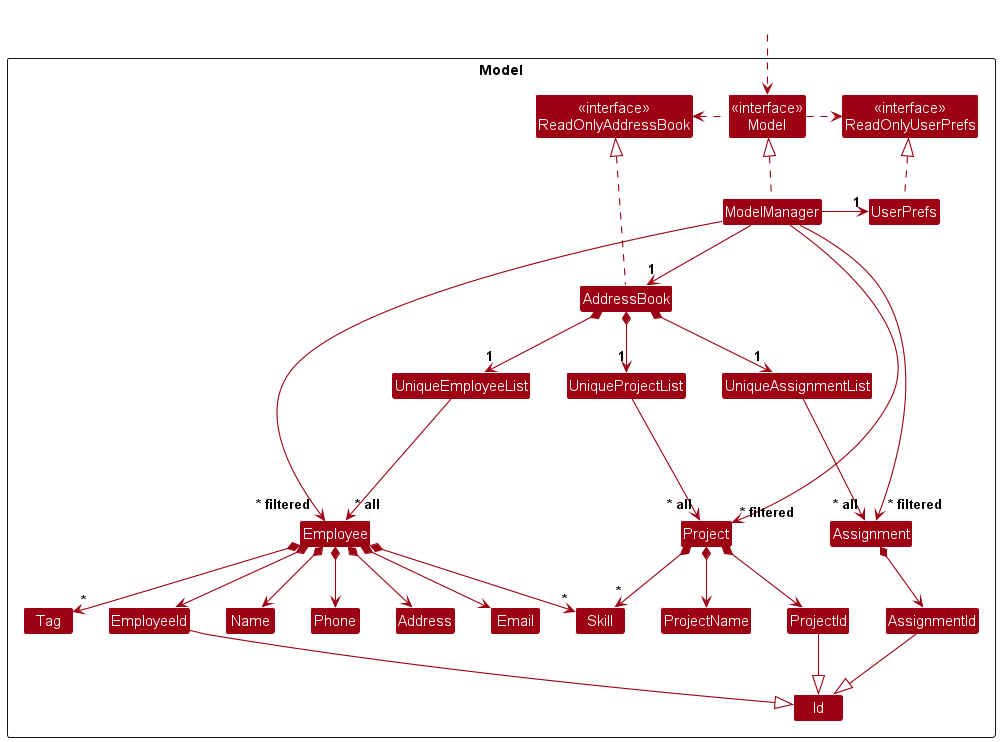
Before: docs/images/ModelClassDiagram.png, a diagram exported from PlantUML (nus-cs2103-AY2425S1/tp).
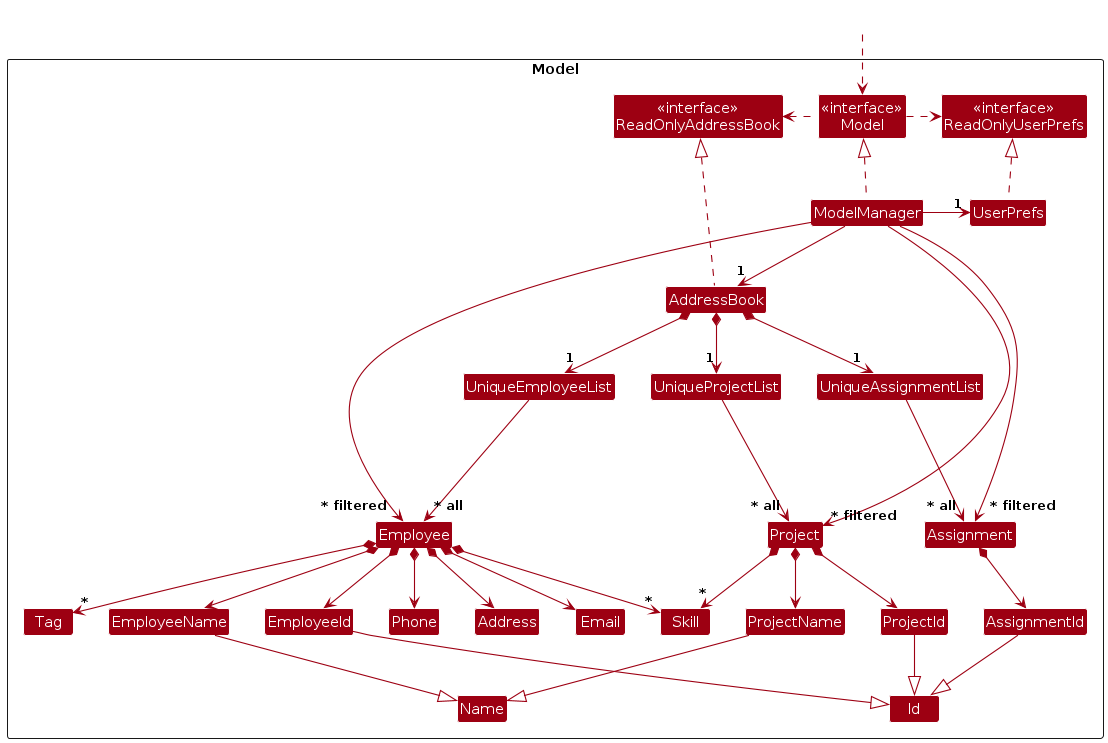
The same diagram one commit later.

Commit message:
Update UML diagrams

Change to the diagram source:
```diff
@@ -17,7 +17,7 @@
 Class Address
 Class Email
 Class EmployeeId
-Class Name
+Class EmployeeName
 Class Phone
 Class Skill
 Class Tag
@@ -28,8 +28,8 @@
 Class UniqueAssignmentList
 Class Assignment
 Class AssignmentId
-
 Class Id
+Class Name
 Class I #FFFFFF
 }
 
@@ -52,7 +52,7 @@
 
 UniqueEmployeeList --> "~* all" Employee
 Employee *--> EmployeeId
-Employee *--> Name
+Employee *--> EmployeeName
 Employee *--> Phone
 Employee *--> Email
 Employee *--> Address
@@ -70,12 +70,14 @@
 EmployeeId -down-|> Id
 ProjectId -down-|> Id
 AssignmentId -down-|> Id
+EmployeeName -down-|> Name
+ProjectName -down-|> Name
 
 Employee -[hidden]up--> I
 UniqueEmployeeList -[hidden]right-> I
 
-EmployeeId -[hidden]right-> Name
-Name -[hidden]right-> Phone
+EmployeeId -[hidden]right-> EmployeeName
+EmployeeName -[hidden]right-> Phone
 Phone -[hidden]right-> Address
 Address -[hidden]right-> Email
 
```
